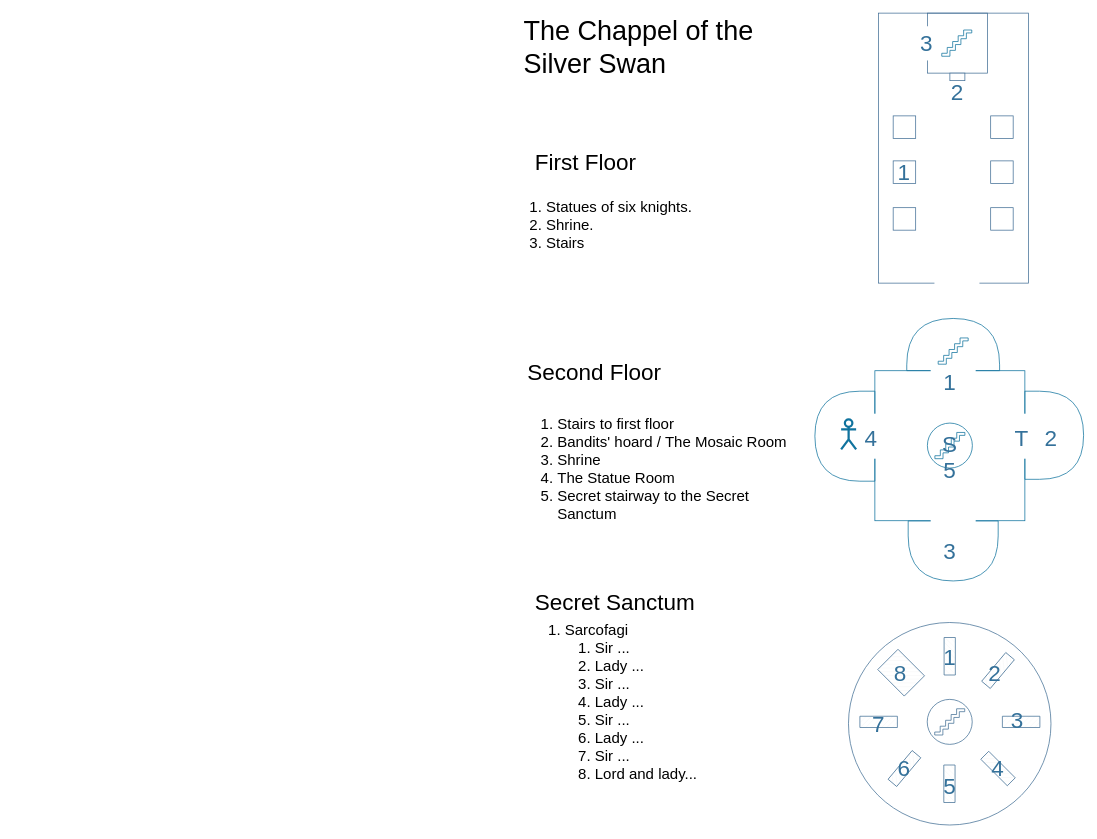
This is page "chappel2" (3 of 3) of chappel.drawio from mazarak/games, a draw.io file, before an edit. Source tidied: cells renumbered, new cells numbered last; positions are measured from the earlier drawing's top-left corner, leaving out a move shared by most shapes. Both pictures are drawn from the tidied source at 75%, with x=0, y=0 at pixel (514, 13).
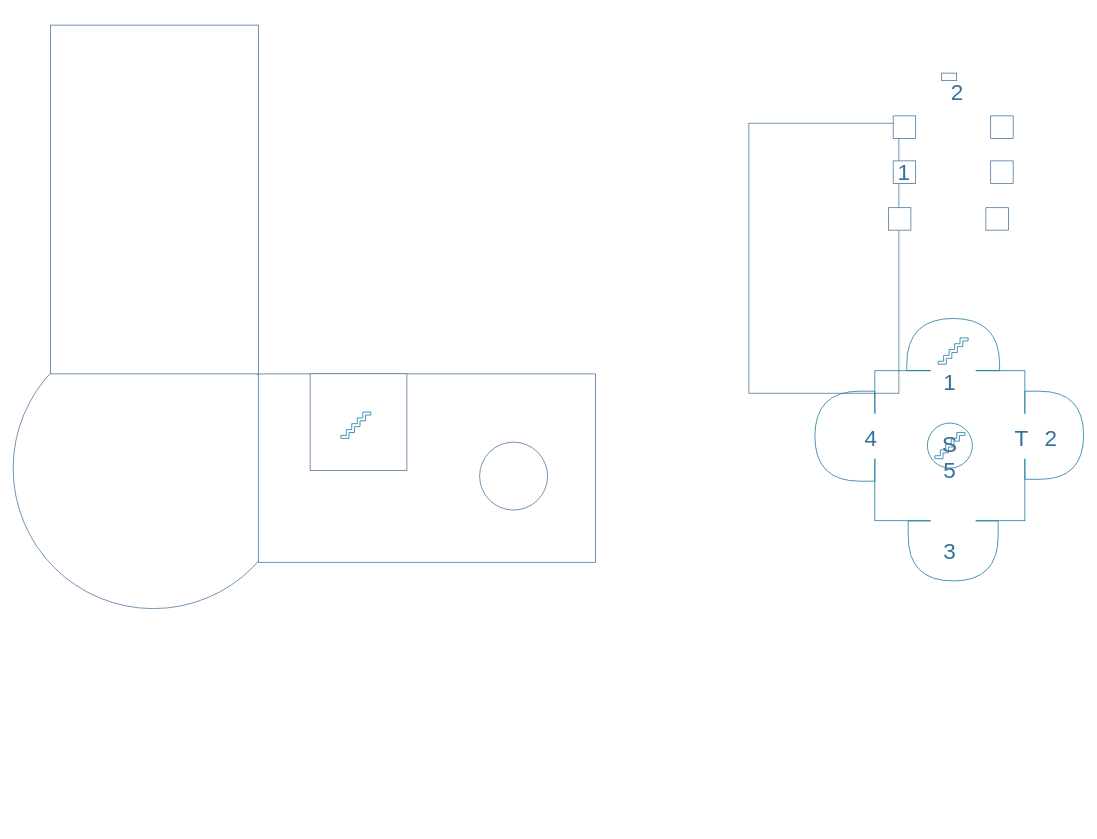
Above is the later version.

The edit, as a diff of the source:
```diff
@@
+    <mxCell id="3" style="ellipse;whiteSpace=wrap;html=1;strokeColor=#447096;fillColor=none;" parent="1" vertex="1">
+      <mxGeometry x="-669" y="420" width="374" height="374" as="geometry" />
+    </mxCell>
+    <mxCell id="64" style="rounded=0;whiteSpace=wrap;html=1;strokeColor=#447097;fillColor=default;rotation=90;" parent="1" vertex="1">
+      <mxGeometry x="-242.9" y="381.9" width="251.2" height="449.5" as="geometry" />
+    </mxCell>
-    <mxCell id="2" style="whiteSpace=wrap;html=1;fillColor=none;strokeColor=#447096;" parent="1" vertex="1">
-      <mxGeometry x="550" width="80" height="80" as="geometry" />
+    <mxCell id="2" style="whiteSpace=wrap;html=1;fillColor=default;strokeColor=#447096;" parent="1" vertex="1">
+      <mxGeometry x="-273" y="480.8" width="129" height="129" as="geometry" />
     </mxCell>
-    <mxCell id="3" style="ellipse;whiteSpace=wrap;html=1;strokeColor=#447096;fillColor=none;" parent="1" vertex="1">
-      <mxGeometry x="444.8" y="812.5" width="270" height="270" as="geometry" />
-    </mxCell>
-    <mxCell id="4" style="ellipse;whiteSpace=wrap;html=1;strokeColor=#447096;" parent="1" vertex="1">
-      <mxGeometry x="549.8" y="915" width="60" height="60" as="geometry" />
-    </mxCell>
-    <mxCell id="5" style="verticalLabelPosition=bottom;verticalAlign=top;html=1;shape=mxgraph.basic.patternFillRect;fillStyle=diag;step=5;fillStrokeWidth=0.2;fillStrokeColor=#dddddd;rotation=45;strokeColor=#447096;" parent="1" vertex="1">
-      <mxGeometry x="619.2" y="999.7" width="50" height="15" as="geometry" />
-    </mxCell>
-    <mxCell id="6" style="verticalLabelPosition=bottom;verticalAlign=top;html=1;shape=mxgraph.basic.patternFillRect;fillStyle=diag;step=5;fillStrokeWidth=0.2;fillStrokeColor=#dddddd;rotation=-230;strokeColor=#447096;" parent="1" vertex="1">
-      <mxGeometry x="619.2" y="869" width="50" height="15" as="geometry" />
-    </mxCell>
-    <mxCell id="7" style="verticalLabelPosition=bottom;verticalAlign=top;html=1;shape=mxgraph.basic.patternFillRect;fillStyle=diag;step=5;fillStrokeWidth=0.2;fillStrokeColor=#dddddd;rotation=90;strokeColor=#447096;" parent="1" vertex="1">
-      <mxGeometry x="554.8" y="850" width="50" height="15" as="geometry" />
-    </mxCell>
-    <mxCell id="8" style="verticalLabelPosition=bottom;verticalAlign=top;html=1;shape=mxgraph.basic.patternFillRect;fillStyle=diag;step=5;fillStrokeWidth=0.2;fillStrokeColor=#dddddd;rotation=90;strokeColor=#447096;" parent="1" vertex="1">
-      <mxGeometry x="554.4" y="1020" width="50" height="15" as="geometry" />
-    </mxCell>
-    <mxCell id="9" style="verticalLabelPosition=bottom;verticalAlign=top;html=1;shape=mxgraph.basic.patternFillRect;fillStyle=diag;step=5;fillStrokeWidth=0.2;fillStrokeColor=#dddddd;rotation=-180;strokeColor=#447096;" parent="1" vertex="1">
-      <mxGeometry x="460" y="937.5" width="50" height="15" as="geometry" />
-    </mxCell>
-    <mxCell id="10" style="verticalLabelPosition=bottom;verticalAlign=top;html=1;shape=mxgraph.basic.patternFillRect;fillStyle=diag;step=5;fillStrokeWidth=0.2;fillStrokeColor=#dddddd;rotation=-180;strokeColor=#447096;" parent="1" vertex="1">
-      <mxGeometry x="650" y="937.5" width="50" height="15" as="geometry" />
-    </mxCell>
-    <mxCell id="11" style="verticalLabelPosition=bottom;verticalAlign=top;html=1;shape=mxgraph.basic.patternFillRect;fillStyle=diag;step=5;fillStrokeWidth=0.2;fillStrokeColor=#dddddd;rotation=-230;strokeColor=#447096;" parent="1" vertex="1">
-      <mxGeometry x="494.4" y="999.7" width="50" height="15" as="geometry" />
-    </mxCell>
-    <mxCell id="12" style="shape=mxgraph.signs.travel.stairs;html=1;verticalLabelPosition=bottom;verticalAlign=top;align=center;strokeColor=#447096;" parent="1" vertex="1">
-      <mxGeometry x="559.8" y="927.5" width="40" height="35" as="geometry" />
-    </mxCell>
-    <mxCell id="13" value="&lt;font style=&quot;font-size: 30px;&quot;&gt;Secret Sanctum&lt;/font&gt;" style="text;strokeColor=none;align=left;fillColor=none;html=1;verticalAlign=middle;whiteSpace=wrap;rounded=0;fontSize=16;fontStyle=0;" parent="1" vertex="1">
-      <mxGeometry x="25" y="770.3" width="290" height="30" as="geometry" />
-    </mxCell>
@@
-    <mxCell id="23" style="shape=umlActor;verticalLabelPosition=bottom;verticalAlign=top;html=1;strokeWidth=3;strokeColor=#10739e;fillColor=none;" parent="1" vertex="1">
-      <mxGeometry x="435" y="541.6" width="20" height="40" as="geometry" />
-    </mxCell>
-    <mxCell id="24" value="Second Floor" style="text;strokeColor=none;align=left;fillColor=none;html=1;verticalAlign=middle;whiteSpace=wrap;rounded=0;fontSize=30;fontStyle=0;" parent="1" vertex="1">
-      <mxGeometry x="15" y="464.2" width="305" height="30" as="geometry" />
-    </mxCell>
-    <mxCell id="25" value="&lt;ol style=&quot;font-size: 20px;&quot;&gt;&lt;li style=&quot;font-size: 20px;&quot;&gt;Stairs to first floor&lt;/li&gt;&lt;li style=&quot;font-size: 20px;&quot;&gt;Bandits' hoard / The Mosaic Room&lt;/li&gt;&lt;li style=&quot;font-size: 20px;&quot;&gt;Shrine&lt;br&gt;&lt;/li&gt;&lt;li style=&quot;font-size: 20px;&quot;&gt;The Statue Room&lt;/li&gt;&lt;li style=&quot;font-size: 20px;&quot;&gt;Secret stairway to the Secret Sanctum&lt;br style=&quot;font-size: 20px;&quot;&gt;&lt;/li&gt;&lt;/ol&gt;" style="text;strokeColor=none;align=left;fillColor=none;html=1;verticalAlign=middle;whiteSpace=wrap;rounded=0;fontSize=20;" parent="1" vertex="1">
-      <mxGeometry x="15" y="534.1" width="355" height="145.8" as="geometry" />
-    </mxCell>
@@
-    <mxCell id="32" value="&lt;ol style=&quot;font-size: 20px;&quot;&gt;&lt;li align=&quot;left&quot; style=&quot;font-size: 20px;&quot;&gt;Sarcofagi&lt;span style=&quot;white-space: pre;&quot;&gt;&#9;&lt;/span&gt;&lt;/li&gt;&lt;ol&gt;&lt;li align=&quot;left&quot; style=&quot;font-size: 20px;&quot;&gt;Sir ...&lt;br&gt;&lt;/li&gt;&lt;li align=&quot;left&quot; style=&quot;font-size: 20px;&quot;&gt;Lady ...&lt;br&gt;&lt;/li&gt;&lt;li align=&quot;left&quot; style=&quot;font-size: 20px;&quot;&gt;Sir ...&lt;br&gt;&lt;/li&gt;&lt;li align=&quot;left&quot; style=&quot;font-size: 20px;&quot;&gt;Lady ...&lt;br&gt;&lt;/li&gt;&lt;li align=&quot;left&quot; style=&quot;font-size: 20px;&quot;&gt;Sir ...&lt;br&gt;&lt;/li&gt;&lt;li align=&quot;left&quot; style=&quot;font-size: 20px;&quot;&gt;Lady ...&lt;br&gt;&lt;/li&gt;&lt;li align=&quot;left&quot; style=&quot;font-size: 20px;&quot;&gt;Sir ...&lt;/li&gt;&lt;li align=&quot;left&quot; style=&quot;font-size: 20px;&quot;&gt;Lord and lady...&lt;/li&gt;&lt;/ol&gt;&lt;/ol&gt;" style="text;strokeColor=none;align=left;fillColor=none;html=1;verticalAlign=middle;whiteSpace=wrap;rounded=0;fontSize=20;" parent="1" vertex="1">
-      <mxGeometry x="25" y="821" width="285" height="193.7" as="geometry" />
-    </mxCell>
-    <mxCell id="33" value="First Floor" style="text;strokeColor=none;align=left;fillColor=none;html=1;verticalAlign=middle;whiteSpace=wrap;rounded=0;fontSize=30;fontStyle=0;" parent="1" vertex="1">
-      <mxGeometry x="25" y="183" width="305" height="30" as="geometry" />
-    </mxCell>
-    <mxCell id="34" value="&lt;ol style=&quot;font-size: 20px;&quot;&gt;&lt;li style=&quot;font-size: 20px;&quot;&gt;Statues of six knights.&lt;/li&gt;&lt;li style=&quot;font-size: 20px;&quot;&gt;Shrine.&lt;/li&gt;&lt;li style=&quot;font-size: 20px;&quot;&gt;Stairs&lt;/li&gt;&lt;/ol&gt;" style="text;strokeColor=none;align=left;fillColor=none;html=1;verticalAlign=middle;whiteSpace=wrap;rounded=0;fontSize=20;" parent="1" vertex="1">
-      <mxGeometry y="220" width="285" height="122.4" as="geometry" />
-    </mxCell>
     <mxCell id="35" style="rounded=0;whiteSpace=wrap;html=1;strokeColor=#447097;fillColor=none;" parent="1" vertex="1">
-      <mxGeometry x="484.8" width="200" height="360" as="geometry" />
+      <mxGeometry x="312" y="146.8" width="200" height="360" as="geometry" />
     </mxCell>
     <mxCell id="36" style="shape=mxgraph.signs.travel.stairs;html=1;verticalLabelPosition=bottom;verticalAlign=top;align=center;strokeColor=#10739e;fillColor=none;" parent="1" vertex="1">
-      <mxGeometry x="569.2" y="22.5" width="40" height="35" as="geometry" />
+      <mxGeometry x="-232" y="532" width="40" height="35" as="geometry" />
     </mxCell>
@@
     <mxCell id="39" style="whiteSpace=wrap;html=1;strokeColor=#447097;" parent="1" vertex="1">
-      <mxGeometry x="504.4" y="259.4" width="30" height="30" as="geometry" />
+      <mxGeometry x="498" y="259.4" width="30" height="30" as="geometry" />
     </mxCell>
@@
     <mxCell id="42" style="whiteSpace=wrap;html=1;strokeColor=#447097;" parent="1" vertex="1">
-      <mxGeometry x="634.4" y="259.4" width="30" height="30" as="geometry" />
+      <mxGeometry x="628" y="259.4" width="30" height="30" as="geometry" />
     </mxCell>
-    <mxCell id="43" style="rounded=0;whiteSpace=wrap;html=1;gradientColor=none;strokeColor=none;rotation=90;" parent="1" vertex="1">
-      <mxGeometry x="574.4" y="320" width="30" height="60" as="geometry" />
-    </mxCell>
-    <mxCell id="44" value="The Chappel of the Silver Swan" style="text;strokeColor=none;align=left;fillColor=none;html=1;verticalAlign=middle;whiteSpace=wrap;rounded=0;fontSize=36;fontStyle=0;" parent="1" vertex="1">
-      <mxGeometry x="10" width="390" height="90" as="geometry" />
-    </mxCell>
@@
-    <mxCell id="51" value="1" style="text;strokeColor=none;align=center;fillColor=none;html=1;verticalAlign=middle;whiteSpace=wrap;rounded=0;fontColor=#34719a;fontSize=30;fontStyle=0;" parent="1" vertex="1">
-      <mxGeometry x="549.6" y="842.5" width="60" height="30" as="geometry" />
-    </mxCell>
-    <mxCell id="52" value="2" style="text;strokeColor=none;align=center;fillColor=none;html=1;verticalAlign=middle;whiteSpace=wrap;rounded=0;fontColor=#34719a;fontSize=30;fontStyle=0;" parent="1" vertex="1">
-      <mxGeometry x="610" y="865" width="60" height="30" as="geometry" />
-    </mxCell>
-    <mxCell id="53" value="3" style="text;strokeColor=none;align=center;fillColor=none;html=1;verticalAlign=middle;whiteSpace=wrap;rounded=0;fontColor=#34719a;fontSize=30;fontStyle=0;" parent="1" vertex="1">
-      <mxGeometry x="640" y="927.5" width="60" height="30" as="geometry" />
-    </mxCell>
-    <mxCell id="54" value="4" style="text;strokeColor=none;align=center;fillColor=none;html=1;verticalAlign=middle;whiteSpace=wrap;rounded=0;fontColor=#34719a;fontSize=30;fontStyle=0;" parent="1" vertex="1">
-      <mxGeometry x="614.2" y="992.2" width="60" height="30" as="geometry" />
-    </mxCell>
-    <mxCell id="55" value="5" style="text;strokeColor=none;align=center;fillColor=none;html=1;verticalAlign=middle;whiteSpace=wrap;rounded=0;fontColor=#34719a;fontSize=30;fontStyle=0;" parent="1" vertex="1">
-      <mxGeometry x="550" y="1014.7" width="60" height="30" as="geometry" />
-    </mxCell>
-    <mxCell id="56" value="6" style="text;strokeColor=none;align=center;fillColor=none;html=1;verticalAlign=middle;whiteSpace=wrap;rounded=0;fontColor=#34719a;fontSize=30;fontStyle=0;" parent="1" vertex="1">
-      <mxGeometry x="489.4" y="992.2" width="60" height="30" as="geometry" />
-    </mxCell>
-    <mxCell id="57" value="7" style="text;strokeColor=none;align=center;fillColor=none;html=1;verticalAlign=middle;whiteSpace=wrap;rounded=0;fontColor=#34719a;fontSize=30;fontStyle=0;" parent="1" vertex="1">
-      <mxGeometry x="455" y="932.5" width="60" height="30" as="geometry" />
-    </mxCell>
-    <mxCell id="58" style="verticalLabelPosition=bottom;verticalAlign=top;html=1;shape=mxgraph.basic.patternFillRect;fillStyle=diag;step=5;fillStrokeWidth=0.2;fillStrokeColor=#dddddd;rotation=45;strokeColor=#447096;" parent="1" vertex="1">
-      <mxGeometry x="490" y="860.3" width="50" height="38.2" as="geometry" />
-    </mxCell>
-    <mxCell id="59" value="8" style="text;strokeColor=none;align=center;fillColor=none;html=1;verticalAlign=middle;whiteSpace=wrap;rounded=0;fontColor=#34719a;fontSize=30;fontStyle=0;" parent="1" vertex="1">
-      <mxGeometry x="484.4" y="865" width="60" height="30" as="geometry" />
-    </mxCell>
     <mxCell id="60" style="rounded=0;whiteSpace=wrap;html=1;gradientColor=none;strokeColor=none;rotation=90;" parent="1" vertex="1">
-      <mxGeometry x="526.5" y="30.3" width="45.6" height="20" as="geometry" />
+      <mxGeometry x="515.5" y="30.3" width="45.6" height="20" as="geometry" />
     </mxCell>
-    <mxCell id="61" value="3" style="text;strokeColor=none;align=center;fillColor=none;html=1;verticalAlign=middle;whiteSpace=wrap;rounded=0;fontColor=#34719a;fontSize=30;fontStyle=0;" parent="1" vertex="1">
-      <mxGeometry x="519.4" y="25.3" width="60" height="30" as="geometry" />
-    </mxCell>
@@
     <mxCell id="63" style="rounded=0;whiteSpace=wrap;html=1;strokeColor=#447097;" parent="1" vertex="1">
-      <mxGeometry x="580" y="80" width="20" height="10" as="geometry" />
+      <mxGeometry x="569" y="80" width="20" height="10" as="geometry" />
     </mxCell>
+    <mxCell id="65" style="rounded=0;whiteSpace=wrap;html=1;strokeColor=#447097;fillColor=default;" parent="1" vertex="1">
+      <mxGeometry x="-619" y="16" width="277" height="465" as="geometry" />
+    </mxCell>
+    <mxCell id="66" style="ellipse;whiteSpace=wrap;html=1;strokeColor=#447096;fillColor=none;" parent="1" vertex="1">
+      <mxGeometry x="-47" y="572" width="90.6" height="90.6" as="geometry" />
+    </mxCell>
```
